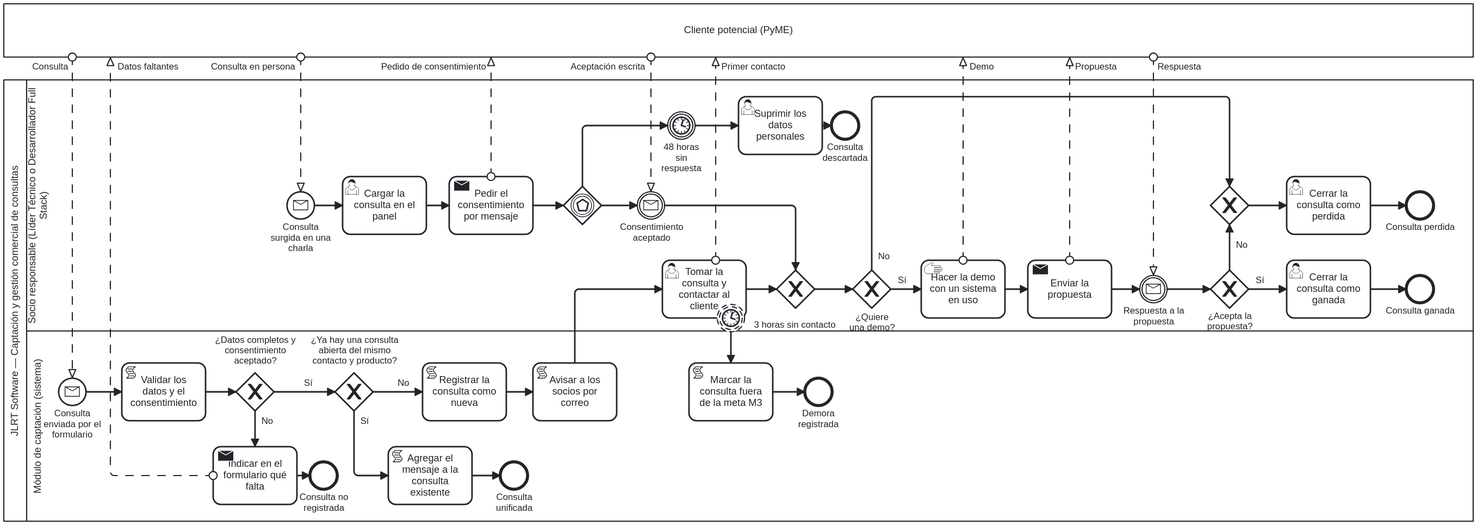
jlrt-software/modulo-captacion-docs keeps this BPMN diagram as docs/procesos/proceso-captacion.svg. Above is the earlier version. Its source is kept beside it as docs/procesos/proceso-captacion.bpmn. Ids are renumbered.
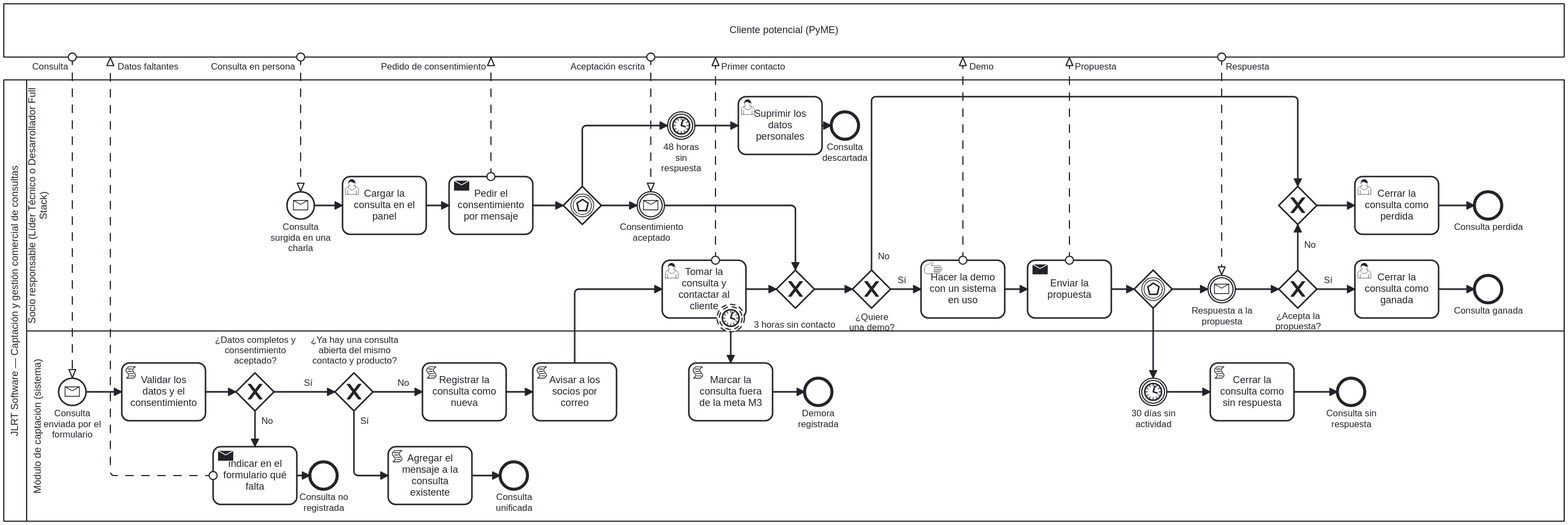
After the change.

Commit message:
fix: cubre duplicados simultáneos y consultas sin respuesta

Diff of the diagram source:
```diff
@@ -33,6 +33,7 @@
         <bpmn:flowNodeRef>Gw_Demo</bpmn:flowNodeRef>
         <bpmn:flowNodeRef>Task_Demo</bpmn:flowNodeRef>
         <bpmn:flowNodeRef>Task_Propuesta</bpmn:flowNodeRef>
+        <bpmn:flowNodeRef>Gw_EsperaResp</bpmn:flowNodeRef>
         <bpmn:flowNodeRef>Catch_Respuesta</bpmn:flowNodeRef>
         <bpmn:flowNodeRef>Gw_Acepta</bpmn:flowNodeRef>
         <bpmn:flowNodeRef>Task_Ganada</bpmn:flowNodeRef>
@@ -54,6 +55,9 @@
         <bpmn:flowNodeRef>Task_Avisar</bpmn:flowNodeRef>
         <bpmn:flowNodeRef>Task_MarcarM3</bpmn:flowNodeRef>
         <bpmn:flowNodeRef>End_Demora</bpmn:flowNodeRef>
+        <bpmn:flowNodeRef>Catch_Venc</bpmn:flowNodeRef>
+        <bpmn:flowNodeRef>Task_SinResp</bpmn:flowNodeRef>
+        <bpmn:flowNodeRef>End_SinResp</bpmn:flowNodeRef>
       </bpmn:lane>
     </bpmn:laneSet>
     <bpmn:startEvent id="Start_Formulario" name="Consulta enviada por el formulario">
@@ -163,11 +167,28 @@
       <bpmn:incoming>F33</bpmn:incoming>
       <bpmn:outgoing>F34</bpmn:outgoing>
     </bpmn:sendTask>
+    <bpmn:eventBasedGateway id="Gw_EsperaResp">
+      <bpmn:incoming>F34</bpmn:incoming>
+      <bpmn:outgoing>F41</bpmn:outgoing>
+      <bpmn:outgoing>F42</bpmn:outgoing>
+    </bpmn:eventBasedGateway>
     <bpmn:intermediateCatchEvent id="Catch_Respuesta" name="Respuesta a la propuesta">
-      <bpmn:incoming>F34</bpmn:incoming>
+      <bpmn:incoming>F41</bpmn:incoming>
       <bpmn:outgoing>F35</bpmn:outgoing>
       <bpmn:messageEventDefinition id="Def_Catch_Respuesta" messageRef="Msg_Respuesta" />
     </bpmn:intermediateCatchEvent>
+    <bpmn:intermediateCatchEvent id="Catch_Venc" name="30 días sin actividad">
+      <bpmn:incoming>F42</bpmn:incoming>
+      <bpmn:outgoing>F43</bpmn:outgoing>
+      <bpmn:timerEventDefinition id="Def_Catch_Venc"><bpmn:timeDuration xsi:type="bpmn:tFormalExpression">P30D</bpmn:timeDuration></bpmn:timerEventDefinition>
+    </bpmn:intermediateCatchEvent>
+    <bpmn:scriptTask id="Task_SinResp" name="Cerrar la consulta como sin respuesta">
+      <bpmn:incoming>F43</bpmn:incoming>
+      <bpmn:outgoing>F44</bpmn:outgoing>
+    </bpmn:scriptTask>
+    <bpmn:endEvent id="End_SinResp" name="Consulta sin respuesta">
+      <bpmn:incoming>F44</bpmn:incoming>
+    </bpmn:endEvent>
     <bpmn:exclusiveGateway id="Gw_Acepta" name="¿Acepta la propuesta?" gatewayDirection="Diverging">
       <bpmn:incoming>F35</bpmn:incoming>
       <bpmn:outgoing>F36</bpmn:outgoing>
@@ -217,7 +238,11 @@
     <bpmn:sequenceFlow id="F31" name="Sí" sourceRef="Gw_Demo" targetRef="Task_Demo" />
     <bpmn:sequenceFlow id="F32" name="No" sourceRef="Gw_Demo" targetRef="Gw_Perdida" />
     <bpmn:sequenceFlow id="F33" sourceRef="Task_Demo" targetRef="Task_Propuesta" />
-    <bpmn:sequenceFlow id="F34" sourceRef="Task_Propuesta" targetRef="Catch_Respuesta" />
+    <bpmn:sequenceFlow id="F34" sourceRef="Task_Propuesta" targetRef="Gw_EsperaResp" />
+    <bpmn:sequenceFlow id="F41" sourceRef="Gw_EsperaResp" targetRef="Catch_Respuesta" />
+    <bpmn:sequenceFlow id="F42" sourceRef="Gw_EsperaResp" targetRef="Catch_Venc" />
+    <bpmn:sequenceFlow id="F43" sourceRef="Catch_Venc" targetRef="Task_SinResp" />
+    <bpmn:sequenceFlow id="F44" sourceRef="Task_SinResp" targetRef="End_SinResp" />
     <bpmn:sequenceFlow id="F35" sourceRef="Catch_Respuesta" targetRef="Gw_Acepta" />
     <bpmn:sequenceFlow id="F36" name="Sí" sourceRef="Gw_Acepta" targetRef="Task_Ganada" />
     <bpmn:sequenceFlow id="F37" name="No" sourceRef="Gw_Acepta" targetRef="Gw_Perdida" />
@@ -227,10 +252,10 @@
   </bpmn:process>
   <bpmndi:BPMNDiagram id="Diagram_Captacion">
     <bpmndi:BPMNPlane id="Plane_Captacion" bpmnElement="Collaboration_Captacion">
-      <bpmndi:BPMNShape id="Participant_Cliente_di" bpmnElement="Participant_Cliente" isHorizontal="true"><dc:Bounds x="60" y="20" width="1930" height="70" /></bpmndi:BPMNShape>
-      <bpmndi:BPMNShape id="Participant_JLRT_di" bpmnElement="Participant_JLRT" isHorizontal="true"><dc:Bounds x="60" y="120" width="1930" height="580" /></bpmndi:BPMNShape>
-      <bpmndi:BPMNShape id="Lane_Socio_di" bpmnElement="Lane_Socio" isHorizontal="true"><dc:Bounds x="90" y="120" width="1900" height="330" /></bpmndi:BPMNShape>
-      <bpmndi:BPMNShape id="Lane_Sistema_di" bpmnElement="Lane_Sistema" isHorizontal="true"><dc:Bounds x="90" y="450" width="1900" height="250" /></bpmndi:BPMNShape>
+      <bpmndi:BPMNShape id="Participant_Cliente_di" bpmnElement="Participant_Cliente" isHorizontal="true"><dc:Bounds x="60" y="20" width="2050" height="70" /></bpmndi:BPMNShape>
+      <bpmndi:BPMNShape id="Participant_JLRT_di" bpmnElement="Participant_JLRT" isHorizontal="true"><dc:Bounds x="60" y="120" width="2050" height="580" /></bpmndi:BPMNShape>
+      <bpmndi:BPMNShape id="Lane_Socio_di" bpmnElement="Lane_Socio" isHorizontal="true"><dc:Bounds x="90" y="120" width="2020" height="330" /></bpmndi:BPMNShape>
+      <bpmndi:BPMNShape id="Lane_Sistema_di" bpmnElement="Lane_Sistema" isHorizontal="true"><dc:Bounds x="90" y="450" width="2020" height="250" /></bpmndi:BPMNShape>
       <bpmndi:BPMNShape id="Start_Formulario_di" bpmnElement="Start_Formulario"><dc:Bounds x="132" y="512" width="36" height="36" />
         <bpmndi:BPMNLabel><dc:Bounds x="105" y="552" width="90" height="40" /></bpmndi:BPMNLabel>
       </bpmndi:BPMNShape>
@@ -295,23 +320,33 @@
       </bpmndi:BPMNShape>
       <bpmndi:BPMNShape id="Task_Propuesta_di" bpmnElement="Task_Propuesta"><dc:Bounds x="1405" y="357" width="110" height="76" />
       </bpmndi:BPMNShape>
-      <bpmndi:BPMNShape id="Catch_Respuesta_di" bpmnElement="Catch_Respuesta"><dc:Bounds x="1552" y="377" width="36" height="36" />
-        <bpmndi:BPMNLabel><dc:Bounds x="1525" y="417" width="90" height="28" /></bpmndi:BPMNLabel>
+      <bpmndi:BPMNShape id="Gw_EsperaResp_di" bpmnElement="Gw_EsperaResp"><dc:Bounds x="1545" y="370" width="50" height="50" />
       </bpmndi:BPMNShape>
-      <bpmndi:BPMNShape id="Gw_Acepta_di" bpmnElement="Gw_Acepta" isMarkerVisible="true"><dc:Bounds x="1645" y="370" width="50" height="50" />
-        <bpmndi:BPMNLabel><dc:Bounds x="1622" y="424" width="96" height="28" /></bpmndi:BPMNLabel>
+      <bpmndi:BPMNShape id="Catch_Respuesta_di" bpmnElement="Catch_Respuesta"><dc:Bounds x="1642" y="377" width="36" height="36" />
+        <bpmndi:BPMNLabel><dc:Bounds x="1615" y="417" width="90" height="28" /></bpmndi:BPMNLabel>
       </bpmndi:BPMNShape>
-      <bpmndi:BPMNShape id="Task_Ganada_di" bpmnElement="Task_Ganada"><dc:Bounds x="1745" y="357" width="110" height="76" />
+      <bpmndi:BPMNShape id="Catch_Venc_di" bpmnElement="Catch_Venc"><dc:Bounds x="1552" y="512" width="36" height="36" />
+        <bpmndi:BPMNLabel><dc:Bounds x="1520" y="552" width="100" height="28" /></bpmndi:BPMNLabel>
       </bpmndi:BPMNShape>
-      <bpmndi:BPMNShape id="End_Ganada_di" bpmnElement="End_Ganada"><dc:Bounds x="1902" y="377" width="36" height="36" />
-        <bpmndi:BPMNLabel><dc:Bounds x="1872" y="417" width="96" height="28" /></bpmndi:BPMNLabel>
+      <bpmndi:BPMNShape id="Task_SinResp_di" bpmnElement="Task_SinResp"><dc:Bounds x="1645" y="492" width="110" height="76" />
       </bpmndi:BPMNShape>
-      <bpmndi:BPMNShape id="Gw_Perdida_di" bpmnElement="Gw_Perdida" isMarkerVisible="true"><dc:Bounds x="1645" y="260" width="50" height="50" />
+      <bpmndi:BPMNShape id="End_SinResp_di" bpmnElement="End_SinResp"><dc:Bounds x="1812" y="512" width="36" height="36" />
+        <bpmndi:BPMNLabel><dc:Bounds x="1790" y="552" width="80" height="28" /></bpmndi:BPMNLabel>
       </bpmndi:BPMNShape>
-      <bpmndi:BPMNShape id="Task_Perdida_di" bpmnElement="Task_Perdida"><dc:Bounds x="1745" y="247" width="110" height="76" />
+      <bpmndi:BPMNShape id="Gw_Acepta_di" bpmnElement="Gw_Acepta" isMarkerVisible="true"><dc:Bounds x="1735" y="370" width="50" height="50" />
+        <bpmndi:BPMNLabel><dc:Bounds x="1712" y="424" width="96" height="28" /></bpmndi:BPMNLabel>
       </bpmndi:BPMNShape>
-      <bpmndi:BPMNShape id="End_Perdida_di" bpmnElement="End_Perdida"><dc:Bounds x="1902" y="267" width="36" height="36" />
-        <bpmndi:BPMNLabel><dc:Bounds x="1872" y="307" width="96" height="28" /></bpmndi:BPMNLabel>
+      <bpmndi:BPMNShape id="Task_Ganada_di" bpmnElement="Task_Ganada"><dc:Bounds x="1835" y="357" width="110" height="76" />
+      </bpmndi:BPMNShape>
+      <bpmndi:BPMNShape id="End_Ganada_di" bpmnElement="End_Ganada"><dc:Bounds x="1992" y="377" width="36" height="36" />
+        <bpmndi:BPMNLabel><dc:Bounds x="1962" y="417" width="96" height="28" /></bpmndi:BPMNLabel>
+      </bpmndi:BPMNShape>
+      <bpmndi:BPMNShape id="Gw_Perdida_di" bpmnElement="Gw_Perdida" isMarkerVisible="true"><dc:Bounds x="1735" y="260" width="50" height="50" />
+      </bpmndi:BPMNShape>
+      <bpmndi:BPMNShape id="Task_Perdida_di" bpmnElement="Task_Perdida"><dc:Bounds x="1835" y="247" width="110" height="76" />
+      </bpmndi:BPMNShape>
+      <bpmndi:BPMNShape id="End_Perdida_di" bpmnElement="End_Perdida"><dc:Bounds x="1992" y="267" width="36" height="36" />
+        <bpmndi:BPMNLabel><dc:Bounds x="1962" y="307" width="96" height="28" /></bpmndi:BPMNLabel>
       </bpmndi:BPMNShape>
       <bpmndi:BPMNEdge id="F01_di" bpmnElement="F01">
         <di:waypoint x="168" y="530" />
@@ -417,8 +452,8 @@
       <bpmndi:BPMNEdge id="F32_di" bpmnElement="F32">
         <di:waypoint x="1200" y="370" />
         <di:waypoint x="1200" y="142" />
-        <di:waypoint x="1670" y="142" />
-        <di:waypoint x="1670" y="260" />
+        <di:waypoint x="1760" y="142" />
+        <di:waypoint x="1760" y="260" />
         <bpmndi:BPMNLabel><dc:Bounds x="1206" y="345" width="20" height="14" /></bpmndi:BPMNLabel>
       </bpmndi:BPMNEdge>
       <bpmndi:BPMNEdge id="F33_di" bpmnElement="F33">
@@ -427,33 +462,49 @@
       </bpmndi:BPMNEdge>
       <bpmndi:BPMNEdge id="F34_di" bpmnElement="F34">
         <di:waypoint x="1515" y="395" />
-        <di:waypoint x="1552" y="395" />
+        <di:waypoint x="1545" y="395" />
+      </bpmndi:BPMNEdge>
+      <bpmndi:BPMNEdge id="F41_di" bpmnElement="F41">
+        <di:waypoint x="1595" y="395" />
+        <di:waypoint x="1642" y="395" />
+      </bpmndi:BPMNEdge>
+      <bpmndi:BPMNEdge id="F42_di" bpmnElement="F42">
+        <di:waypoint x="1570" y="420" />
+        <di:waypoint x="1570" y="512" />
+      </bpmndi:BPMNEdge>
+      <bpmndi:BPMNEdge id="F43_di" bpmnElement="F43">
+        <di:waypoint x="1588" y="530" />
+        <di:waypoint x="1645" y="530" />
+      </bpmndi:BPMNEdge>
+      <bpmndi:BPMNEdge id="F44_di" bpmnElement="F44">
+        <di:waypoint x="1755" y="530" />
+        <di:waypoint x="1812" y="530" />
       </bpmndi:BPMNEdge>
       <bpmndi:BPMNEdge id="F35_di" bpmnElement="F35">
-        <di:waypoint x="1588" y="395" />
-        <di:waypoint x="1645" y="395" />
+        <di:waypoint x="1678" y="395" />
+        <di:waypoint x="1735" y="395" />
       </bpmndi:BPMNEdge>
       <bpmndi:BPMNEdge id="F36_di" bpmnElement="F36">
-        <di:waypoint x="1695" y="395" />
-        <di:waypoint x="1745" y="395" />
-        <bpmndi:BPMNLabel><dc:Bounds x="1702" y="377" width="16" height="14" /></bpmndi:BPMNLabel>
+        <di:waypoint x="1785" y="395" />
+        <di:waypoint x="1835" y="395" />
+        <bpmndi:BPMNLabel><dc:Bounds x="1792" y="377" width="16" height="14" /></bpmndi:BPMNLabel>
       </bpmndi:BPMNEdge>
       <bpmndi:BPMNEdge id="F37_di" bpmnElement="F37">
-        <di:waypoint x="1670" y="370" />
-        <di:waypoint x="1670" y="310" />
-        <bpmndi:BPMNLabel><dc:Bounds x="1676" y="330" width="20" height="14" /></bpmndi:BPMNLabel>
+        <di:waypoint x="1760" y="370" />
+        <di:waypoint x="1760" y="310" />
+        <bpmndi:BPMNLabel><dc:Bounds x="1766" y="330" width="20" height="14" /></bpmndi:BPMNLabel>
       </bpmndi:BPMNEdge>
       <bpmndi:BPMNEdge id="F38_di" bpmnElement="F38">
-        <di:waypoint x="1855" y="395" />
-        <di:waypoint x="1902" y="395" />
+        <di:waypoint x="1945" y="395" />
+        <di:waypoint x="1992" y="395" />
       </bpmndi:BPMNEdge>
       <bpmndi:BPMNEdge id="F39_di" bpmnElement="F39">
-        <di:waypoint x="1695" y="285" />
-        <di:waypoint x="1745" y="285" />
+        <di:waypoint x="1785" y="285" />
+        <di:waypoint x="1835" y="285" />
       </bpmndi:BPMNEdge>
       <bpmndi:BPMNEdge id="F40_di" bpmnElement="F40">
-        <di:waypoint x="1855" y="285" />
-        <di:waypoint x="1902" y="285" />
+        <di:waypoint x="1945" y="285" />
+        <di:waypoint x="1992" y="285" />
       </bpmndi:BPMNEdge>
       <bpmndi:BPMNEdge id="M01_di" bpmnElement="M01">
         <di:waypoint x="150" y="90" />
@@ -497,9 +548,9 @@
         <bpmndi:BPMNLabel><dc:Bounds x="1464" y="96" width="60" height="14" /></bpmndi:BPMNLabel>
       </bpmndi:BPMNEdge>
       <bpmndi:BPMNEdge id="M09_di" bpmnElement="M09">
-        <di:waypoint x="1570" y="90" />
-        <di:waypoint x="1570" y="377" />
-        <bpmndi:BPMNLabel><dc:Bounds x="1574" y="96" width="60" height="14" /></bpmndi:BPMNLabel>
+        <di:waypoint x="1660" y="90" />
+        <di:waypoint x="1660" y="377" />
+        <bpmndi:BPMNLabel><dc:Bounds x="1664" y="96" width="60" height="14" /></bpmndi:BPMNLabel>
       </bpmndi:BPMNEdge>
     </bpmndi:BPMNPlane>
   </bpmndi:BPMNDiagram>
```
